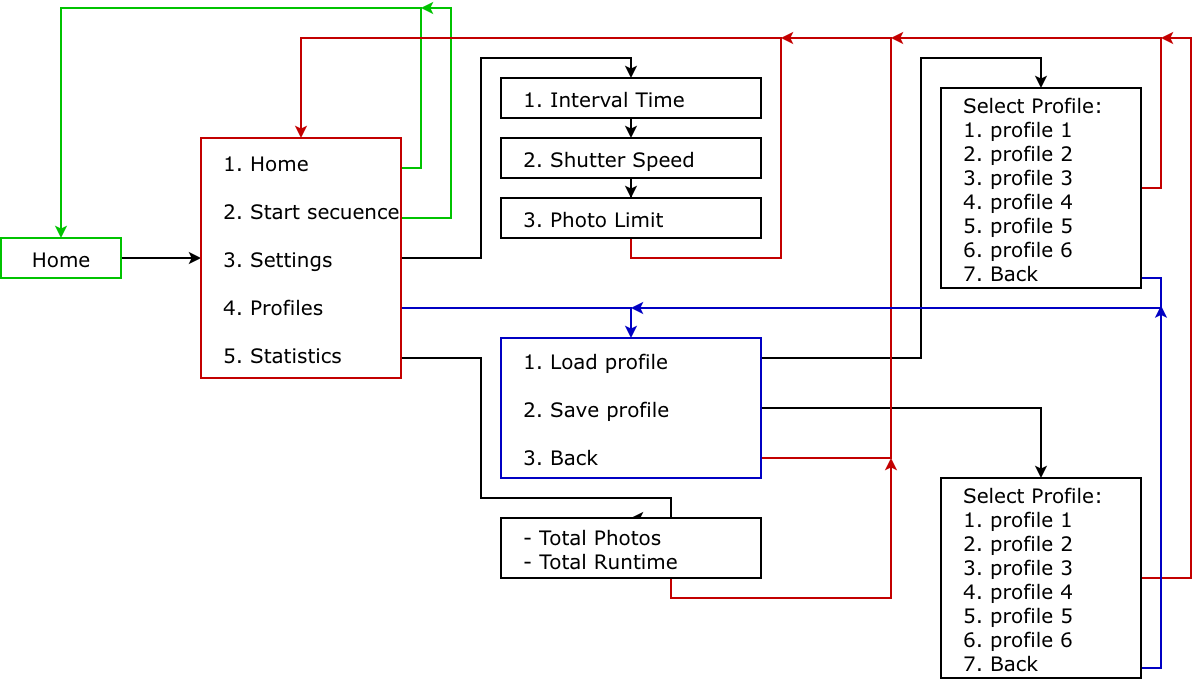
The draw.io diagram docs/flowchart_en.png in Estebanp2005/AstroPhotographer, before a commit. Source tidied: cells renumbered, new cells last; positions are measured from the earlier drawing's top-left corner, leaving out a move shared by most shapes.
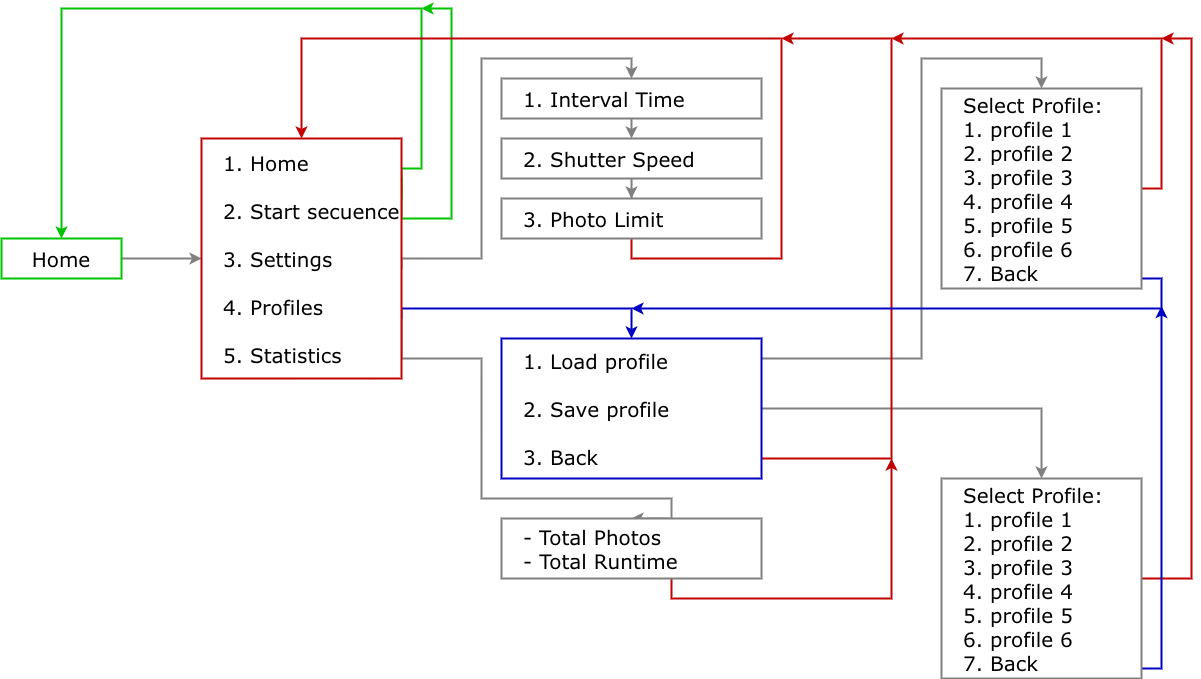
Later version of the same file.

Commit message:
Flowchart chages

What changed in the source:
```diff
@@ -2,7 +2,7 @@
   <root>
     <mxCell id="0" />
     <mxCell id="1" parent="0" />
-    <mxCell id="2" style="edgeStyle=orthogonalEdgeStyle;rounded=0;jettySize=auto;html=1;exitX=1;exitY=0.5;exitDx=0;exitDy=0;entryX=0;entryY=0.5;entryDx=0;entryDy=0;strokeWidth=2;" parent="1" edge="1" source="3" target="9">
+    <mxCell id="2" style="edgeStyle=orthogonalEdgeStyle;rounded=0;jettySize=auto;html=1;exitX=1;exitY=0.5;exitDx=0;exitDy=0;entryX=0;entryY=0.5;entryDx=0;entryDy=0;strokeWidth=2;strokeColor=#808080;" parent="1" edge="1" source="3" target="9">
       <mxGeometry relative="1" as="geometry" />
     </mxCell>
     <mxCell id="3" value="Home" style="rounded=0;whiteSpace=wrap;html=1;fontFamily=Verdana;fontSize=20;strokeWidth=2;strokeColor=#00C300;" parent="1" vertex="1">
@@ -29,7 +29,7 @@
         </Array>
       </mxGeometry>
     </mxCell>
-    <mxCell id="6" style="edgeStyle=orthogonalEdgeStyle;rounded=0;jettySize=auto;html=1;exitX=1;exitY=0.5;exitDx=0;exitDy=0;entryX=0.5;entryY=0;entryDx=0;entryDy=0;strokeWidth=2;" parent="1" edge="1" target="12">
+    <mxCell id="6" style="edgeStyle=orthogonalEdgeStyle;rounded=0;jettySize=auto;html=1;exitX=1;exitY=0.5;exitDx=0;exitDy=0;entryX=0.5;entryY=0;entryDx=0;entryDy=0;strokeWidth=2;strokeColor=#808080;" parent="1" edge="1" target="12">
       <mxGeometry relative="1" as="geometry">
         <mxPoint x="400" y="260" as="sourcePoint" />
         <Array as="points">
@@ -48,7 +48,7 @@
         </Array>
       </mxGeometry>
     </mxCell>
-    <mxCell id="8" style="edgeStyle=orthogonalEdgeStyle;rounded=0;jettySize=auto;html=1;exitX=1;exitY=0.75;exitDx=0;exitDy=0;entryX=0.5;entryY=0;entryDx=0;entryDy=0;strokeWidth=2;" parent="1" edge="1" source="9" target="27">
+    <mxCell id="8" style="edgeStyle=orthogonalEdgeStyle;rounded=0;jettySize=auto;html=1;exitX=1;exitY=0.75;exitDx=0;exitDy=0;entryX=0.5;entryY=0;entryDx=0;entryDy=0;strokeWidth=2;strokeColor=#808080;" parent="1" edge="1" source="9" target="27">
       <mxGeometry relative="1" as="geometry">
         <Array as="points">
           <mxPoint x="400" y="350" />
@@ -71,22 +71,22 @@
         </Array>
       </mxGeometry>
     </mxCell>
-    <mxCell id="11" style="edgeStyle=orthogonalEdgeStyle;rounded=0;jettySize=auto;html=1;exitX=0.5;exitY=1;exitDx=0;exitDy=0;entryX=0.5;entryY=0;entryDx=0;entryDy=0;strokeWidth=2;" parent="1" edge="1" source="12" target="14">
+    <mxCell id="11" style="edgeStyle=orthogonalEdgeStyle;rounded=0;jettySize=auto;html=1;exitX=0.5;exitY=1;exitDx=0;exitDy=0;entryX=0.5;entryY=0;entryDx=0;entryDy=0;strokeWidth=2;strokeColor=#808080;" parent="1" edge="1" source="12" target="14">
       <mxGeometry relative="1" as="geometry" />
     </mxCell>
-    <mxCell id="12" value="1. Interval Time" style="rounded=0;html=1;align=left;fontSize=20;labelPosition=center;verticalLabelPosition=middle;verticalAlign=middle;whiteSpace=wrap;spacingLeft=20;fontFamily=Verdana;strokeWidth=2;" parent="1" vertex="1">
+    <mxCell id="12" value="1. Interval Time" style="rounded=0;html=1;align=left;fontSize=20;labelPosition=center;verticalLabelPosition=middle;verticalAlign=middle;whiteSpace=wrap;spacingLeft=20;fontFamily=Verdana;strokeWidth=2;strokeColor=#808080;" parent="1" vertex="1">
       <mxGeometry x="500" y="70" width="260" height="40" as="geometry" />
     </mxCell>
-    <mxCell id="13" style="edgeStyle=orthogonalEdgeStyle;rounded=0;jettySize=auto;html=1;entryX=0.5;entryY=0;entryDx=0;entryDy=0;strokeWidth=2;" parent="1" edge="1" source="14" target="15">
+    <mxCell id="13" style="edgeStyle=orthogonalEdgeStyle;rounded=0;jettySize=auto;html=1;entryX=0.5;entryY=0;entryDx=0;entryDy=0;strokeWidth=2;strokeColor=#808080;" parent="1" edge="1" source="14" target="15">
       <mxGeometry relative="1" as="geometry" />
     </mxCell>
-    <mxCell id="14" value="2. Shutter Speed" style="rounded=0;html=1;align=left;fontSize=20;labelPosition=center;verticalLabelPosition=middle;verticalAlign=middle;whiteSpace=wrap;spacingLeft=20;fontFamily=Verdana;strokeWidth=2;" parent="1" vertex="1">
+    <mxCell id="14" value="2. Shutter Speed" style="rounded=0;html=1;align=left;fontSize=20;labelPosition=center;verticalLabelPosition=middle;verticalAlign=middle;whiteSpace=wrap;spacingLeft=20;fontFamily=Verdana;strokeWidth=2;strokeColor=#808080;" parent="1" vertex="1">
       <mxGeometry x="500" y="130" width="260" height="40" as="geometry" />
     </mxCell>
-    <mxCell id="15" value="3. Photo Limit" style="rounded=0;html=1;align=left;fontSize=20;labelPosition=center;verticalLabelPosition=middle;verticalAlign=middle;whiteSpace=wrap;spacingLeft=20;fontFamily=Verdana;strokeWidth=2;" parent="1" vertex="1">
+    <mxCell id="15" value="3. Photo Limit" style="rounded=0;html=1;align=left;fontSize=20;labelPosition=center;verticalLabelPosition=middle;verticalAlign=middle;whiteSpace=wrap;spacingLeft=20;fontFamily=Verdana;strokeWidth=2;strokeColor=#808080;" parent="1" vertex="1">
       <mxGeometry x="500" y="190" width="260" height="40" as="geometry" />
     </mxCell>
-    <mxCell id="16" style="edgeStyle=orthogonalEdgeStyle;rounded=0;jettySize=auto;html=1;exitX=1;exitY=0.25;exitDx=0;exitDy=0;entryX=0.5;entryY=0;entryDx=0;entryDy=0;strokeWidth=2;" parent="1" edge="1" source="19" target="22">
+    <mxCell id="16" style="edgeStyle=orthogonalEdgeStyle;rounded=0;jettySize=auto;html=1;exitX=1;exitY=0.25;exitDx=0;exitDy=0;entryX=0.5;entryY=0;entryDx=0;entryDy=0;strokeWidth=2;strokeColor=#808080;" parent="1" edge="1" source="19" target="22">
       <mxGeometry relative="1" as="geometry">
         <Array as="points">
           <mxPoint x="750" y="365" />
@@ -97,7 +97,7 @@
         </Array>
       </mxGeometry>
     </mxCell>
-    <mxCell id="17" style="edgeStyle=orthogonalEdgeStyle;rounded=0;jettySize=auto;html=1;exitX=1;exitY=0.5;exitDx=0;exitDy=0;entryX=0.5;entryY=0;entryDx=0;entryDy=0;strokeWidth=2;" parent="1" edge="1" source="19" target="25">
+    <mxCell id="17" style="edgeStyle=orthogonalEdgeStyle;rounded=0;jettySize=auto;html=1;exitX=1;exitY=0.5;exitDx=0;exitDy=0;entryX=0.5;entryY=0;entryDx=0;entryDy=0;strokeWidth=2;strokeColor=#808080;" parent="1" edge="1" source="19" target="25">
       <mxGeometry relative="1" as="geometry" />
     </mxCell>
     <mxCell id="18" style="edgeStyle=orthogonalEdgeStyle;rounded=0;jettySize=auto;html=1;exitX=1;exitY=0.75;exitDx=0;exitDy=0;strokeWidth=2;strokeColor=light-dark(#c30000, #ededed);" parent="1" edge="1" source="19">
@@ -134,7 +134,7 @@
         </Array>
       </mxGeometry>
     </mxCell>
-    <mxCell id="22" value="&lt;div&gt;&lt;span style=&quot;background-color: transparent; color: light-dark(rgb(0, 0, 0), rgb(255, 255, 255));&quot;&gt;Select Profile&lt;/span&gt;:&lt;/div&gt;1. profile&amp;nbsp;1&lt;div&gt;&lt;div&gt;2.&amp;nbsp;&lt;span style=&quot;background-color: transparent; color: light-dark(rgb(0, 0, 0), rgb(255, 255, 255));&quot;&gt;profile&lt;/span&gt;&lt;span style=&quot;background-color: transparent; color: light-dark(rgb(0, 0, 0), rgb(255, 255, 255));&quot;&gt;&amp;nbsp;2&lt;/span&gt;&lt;/div&gt;&lt;div&gt;3&lt;font&gt;.&amp;nbsp;&lt;/font&gt;&lt;span style=&quot;background-color: transparent; color: light-dark(rgb(0, 0, 0), rgb(255, 255, 255));&quot;&gt;profile&lt;/span&gt;&lt;span style=&quot;background-color: transparent; color: light-dark(rgb(0, 0, 0), rgb(255, 255, 255));&quot;&gt;&amp;nbsp;3&lt;/span&gt;&lt;/div&gt;&lt;div&gt;&lt;font&gt;4.&amp;nbsp;&lt;/font&gt;&lt;span style=&quot;background-color: transparent; color: light-dark(rgb(0, 0, 0), rgb(255, 255, 255));&quot;&gt;profile&lt;/span&gt;&lt;span style=&quot;background-color: transparent; color: light-dark(rgb(0, 0, 0), rgb(255, 255, 255));&quot;&gt;&amp;nbsp;4&lt;/span&gt;&lt;/div&gt;&lt;div&gt;5.&amp;nbsp;&lt;span style=&quot;background-color: transparent; color: light-dark(rgb(0, 0, 0), rgb(255, 255, 255));&quot;&gt;profile&lt;/span&gt;&lt;span style=&quot;background-color: transparent; color: light-dark(rgb(0, 0, 0), rgb(255, 255, 255));&quot;&gt;&amp;nbsp;5&lt;/span&gt;&lt;/div&gt;&lt;/div&gt;&lt;div&gt;6.&amp;nbsp;&lt;span style=&quot;background-color: transparent; color: light-dark(rgb(0, 0, 0), rgb(255, 255, 255));&quot;&gt;profile 6&lt;/span&gt;&lt;/div&gt;&lt;div&gt;&lt;span style=&quot;background-color: transparent; color: light-dark(rgb(0, 0, 0), rgb(255, 255, 255));&quot;&gt;7. Back&lt;/span&gt;&lt;/div&gt;" style="rounded=0;html=1;align=left;fontSize=20;labelPosition=center;verticalLabelPosition=middle;verticalAlign=middle;whiteSpace=wrap;spacingLeft=20;fontFamily=Verdana;strokeWidth=2;" parent="1" vertex="1">
+    <mxCell id="22" value="&lt;div&gt;&lt;span style=&quot;background-color: transparent; color: light-dark(rgb(0, 0, 0), rgb(255, 255, 255));&quot;&gt;Select Profile&lt;/span&gt;:&lt;/div&gt;1. profile&amp;nbsp;1&lt;div&gt;&lt;div&gt;2.&amp;nbsp;&lt;span style=&quot;background-color: transparent; color: light-dark(rgb(0, 0, 0), rgb(255, 255, 255));&quot;&gt;profile&lt;/span&gt;&lt;span style=&quot;background-color: transparent; color: light-dark(rgb(0, 0, 0), rgb(255, 255, 255));&quot;&gt;&amp;nbsp;2&lt;/span&gt;&lt;/div&gt;&lt;div&gt;3&lt;font&gt;.&amp;nbsp;&lt;/font&gt;&lt;span style=&quot;background-color: transparent; color: light-dark(rgb(0, 0, 0), rgb(255, 255, 255));&quot;&gt;profile&lt;/span&gt;&lt;span style=&quot;background-color: transparent; color: light-dark(rgb(0, 0, 0), rgb(255, 255, 255));&quot;&gt;&amp;nbsp;3&lt;/span&gt;&lt;/div&gt;&lt;div&gt;&lt;font&gt;4.&amp;nbsp;&lt;/font&gt;&lt;span style=&quot;background-color: transparent; color: light-dark(rgb(0, 0, 0), rgb(255, 255, 255));&quot;&gt;profile&lt;/span&gt;&lt;span style=&quot;background-color: transparent; color: light-dark(rgb(0, 0, 0), rgb(255, 255, 255));&quot;&gt;&amp;nbsp;4&lt;/span&gt;&lt;/div&gt;&lt;div&gt;5.&amp;nbsp;&lt;span style=&quot;background-color: transparent; color: light-dark(rgb(0, 0, 0), rgb(255, 255, 255));&quot;&gt;profile&lt;/span&gt;&lt;span style=&quot;background-color: transparent; color: light-dark(rgb(0, 0, 0), rgb(255, 255, 255));&quot;&gt;&amp;nbsp;5&lt;/span&gt;&lt;/div&gt;&lt;/div&gt;&lt;div&gt;6.&amp;nbsp;&lt;span style=&quot;background-color: transparent; color: light-dark(rgb(0, 0, 0), rgb(255, 255, 255));&quot;&gt;profile 6&lt;/span&gt;&lt;/div&gt;&lt;div&gt;&lt;span style=&quot;background-color: transparent; color: light-dark(rgb(0, 0, 0), rgb(255, 255, 255));&quot;&gt;7. Back&lt;/span&gt;&lt;/div&gt;" style="rounded=0;html=1;align=left;fontSize=20;labelPosition=center;verticalLabelPosition=middle;verticalAlign=middle;whiteSpace=wrap;spacingLeft=20;fontFamily=Verdana;strokeWidth=2;strokeColor=#808080;" parent="1" vertex="1">
       <mxGeometry x="940" y="80" width="200" height="200" as="geometry" />
     </mxCell>
     <mxCell id="23" style="edgeStyle=orthogonalEdgeStyle;rounded=0;jettySize=auto;html=1;exitX=1;exitY=0.5;exitDx=0;exitDy=0;strokeColor=#C30000;strokeWidth=2;" parent="1" edge="1" source="25">
@@ -156,7 +156,7 @@
         </Array>
       </mxGeometry>
     </mxCell>
-    <mxCell id="25" value="&lt;div&gt;&lt;span style=&quot;background-color: transparent; color: light-dark(rgb(0, 0, 0), rgb(255, 255, 255));&quot;&gt;Select Profile&lt;/span&gt;:&lt;/div&gt;1. profile 1&lt;div&gt;&lt;div&gt;2. &lt;span style=&quot;background-color: transparent; color: light-dark(rgb(0, 0, 0), rgb(255, 255, 255));&quot;&gt;profile&lt;/span&gt;&lt;span style=&quot;background-color: transparent; color: light-dark(rgb(0, 0, 0), rgb(255, 255, 255));&quot;&gt; 2&lt;/span&gt;&lt;/div&gt;&lt;div&gt;3. &lt;span style=&quot;background-color: transparent; color: light-dark(rgb(0, 0, 0), rgb(255, 255, 255));&quot;&gt;profile&lt;/span&gt;&lt;span style=&quot;background-color: transparent; color: light-dark(rgb(0, 0, 0), rgb(255, 255, 255));&quot;&gt; 3&lt;/span&gt;&lt;/div&gt;&lt;div&gt;4. &lt;span style=&quot;background-color: transparent; color: light-dark(rgb(0, 0, 0), rgb(255, 255, 255));&quot;&gt;profile&lt;/span&gt;&lt;span style=&quot;background-color: transparent; color: light-dark(rgb(0, 0, 0), rgb(255, 255, 255));&quot;&gt; 4&lt;/span&gt;&lt;/div&gt;&lt;div&gt;5. &lt;span style=&quot;background-color: transparent; color: light-dark(rgb(0, 0, 0), rgb(255, 255, 255));&quot;&gt;profile&lt;/span&gt;&lt;span style=&quot;background-color: transparent; color: light-dark(rgb(0, 0, 0), rgb(255, 255, 255));&quot;&gt; 5&lt;/span&gt;&lt;/div&gt;&lt;/div&gt;&lt;div&gt;6. &lt;span style=&quot;background-color: transparent; color: light-dark(rgb(0, 0, 0), rgb(255, 255, 255));&quot;&gt;profile 6&lt;/span&gt;&lt;/div&gt;&lt;div&gt;&lt;span style=&quot;background-color: transparent; color: light-dark(rgb(0, 0, 0), rgb(255, 255, 255));&quot;&gt;7. Back&lt;/span&gt;&lt;/div&gt;" style="rounded=0;html=1;align=left;fontSize=20;labelPosition=center;verticalLabelPosition=middle;verticalAlign=middle;whiteSpace=wrap;spacingLeft=20;fontFamily=Verdana;strokeWidth=2;" parent="1" vertex="1">
+    <mxCell id="25" value="&lt;div&gt;&lt;span style=&quot;background-color: transparent; color: light-dark(rgb(0, 0, 0), rgb(255, 255, 255));&quot;&gt;Select Profile&lt;/span&gt;:&lt;/div&gt;1. profile 1&lt;div&gt;&lt;div&gt;2. &lt;span style=&quot;background-color: transparent; color: light-dark(rgb(0, 0, 0), rgb(255, 255, 255));&quot;&gt;profile&lt;/span&gt;&lt;span style=&quot;background-color: transparent; color: light-dark(rgb(0, 0, 0), rgb(255, 255, 255));&quot;&gt; 2&lt;/span&gt;&lt;/div&gt;&lt;div&gt;3. &lt;span style=&quot;background-color: transparent; color: light-dark(rgb(0, 0, 0), rgb(255, 255, 255));&quot;&gt;profile&lt;/span&gt;&lt;span style=&quot;background-color: transparent; color: light-dark(rgb(0, 0, 0), rgb(255, 255, 255));&quot;&gt; 3&lt;/span&gt;&lt;/div&gt;&lt;div&gt;4. &lt;span style=&quot;background-color: transparent; color: light-dark(rgb(0, 0, 0), rgb(255, 255, 255));&quot;&gt;profile&lt;/span&gt;&lt;span style=&quot;background-color: transparent; color: light-dark(rgb(0, 0, 0), rgb(255, 255, 255));&quot;&gt; 4&lt;/span&gt;&lt;/div&gt;&lt;div&gt;5. &lt;span style=&quot;background-color: transparent; color: light-dark(rgb(0, 0, 0), rgb(255, 255, 255));&quot;&gt;profile&lt;/span&gt;&lt;span style=&quot;background-color: transparent; color: light-dark(rgb(0, 0, 0), rgb(255, 255, 255));&quot;&gt; 5&lt;/span&gt;&lt;/div&gt;&lt;/div&gt;&lt;div&gt;6. &lt;span style=&quot;background-color: transparent; color: light-dark(rgb(0, 0, 0), rgb(255, 255, 255));&quot;&gt;profile 6&lt;/span&gt;&lt;/div&gt;&lt;div&gt;&lt;span style=&quot;background-color: transparent; color: light-dark(rgb(0, 0, 0), rgb(255, 255, 255));&quot;&gt;7. Back&lt;/span&gt;&lt;/div&gt;" style="rounded=0;html=1;align=left;fontSize=20;labelPosition=center;verticalLabelPosition=middle;verticalAlign=middle;whiteSpace=wrap;spacingLeft=20;fontFamily=Verdana;strokeWidth=2;strokeColor=#808080;" parent="1" vertex="1">
       <mxGeometry x="940" y="470" width="200" height="200" as="geometry" />
     </mxCell>
     <mxCell id="26" style="edgeStyle=orthogonalEdgeStyle;rounded=0;jettySize=auto;html=1;strokeWidth=2;strokeColor=#C30000;" parent="1" edge="1" source="27">
@@ -168,7 +168,7 @@
         </Array>
       </mxGeometry>
     </mxCell>
-    <mxCell id="27" value="- Total Photos&lt;div&gt;&lt;span style=&quot;background-color: transparent; color: light-dark(rgb(0, 0, 0), rgb(255, 255, 255));&quot;&gt;-&amp;nbsp;&lt;/span&gt;&lt;span style=&quot;background-color: transparent; color: light-dark(rgb(0, 0, 0), rgb(255, 255, 255));&quot;&gt;Total Runtime&lt;/span&gt;&lt;/div&gt;" style="rounded=0;html=1;align=left;fontSize=20;labelPosition=center;verticalLabelPosition=middle;verticalAlign=middle;whiteSpace=wrap;spacingLeft=20;fontFamily=Verdana;strokeWidth=2;" parent="1" vertex="1">
+    <mxCell id="27" value="- Total Photos&lt;div&gt;&lt;span style=&quot;background-color: transparent; color: light-dark(rgb(0, 0, 0), rgb(255, 255, 255));&quot;&gt;-&amp;nbsp;&lt;/span&gt;&lt;span style=&quot;background-color: transparent; color: light-dark(rgb(0, 0, 0), rgb(255, 255, 255));&quot;&gt;Total Runtime&lt;/span&gt;&lt;/div&gt;" style="rounded=0;html=1;align=left;fontSize=20;labelPosition=center;verticalLabelPosition=middle;verticalAlign=middle;whiteSpace=wrap;spacingLeft=20;fontFamily=Verdana;strokeWidth=2;strokeColor=#808080;" parent="1" vertex="1">
       <mxGeometry x="500" y="510" width="260" height="60" as="geometry" />
     </mxCell>
   </root>
```
